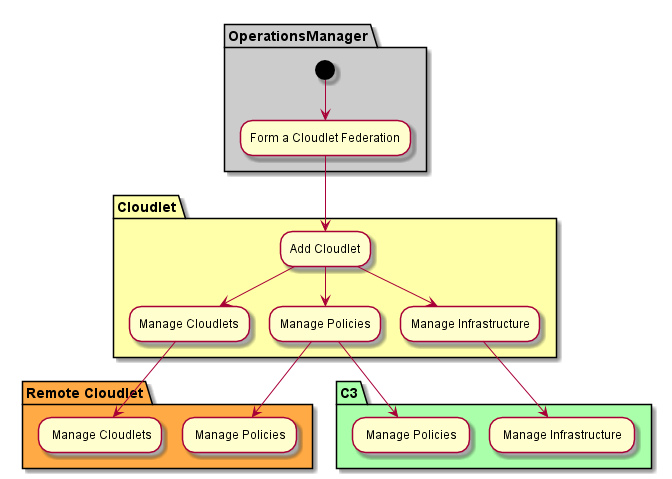
Earlier version of the PlantUML export docs/Actors/Operations-Manager/Activity.png (CAADE/CloudLet). Its diagram source:
```plantuml
@startuml


partition "OperationsManager"  #cccccc {
  (*) --> "Form a Cloudlet Federation"
}

partition "Cloudlet" #ffffaa {
  "Form a Cloudlet Federation" --> "Add Cloudlet"
  "Add Cloudlet" --> "Manage Cloudlets"
  "Add Cloudlet" --> "Manage Infrastructure"
  "Add Cloudlet" --> "Manage Policies"
}

partition "C3" #aaffaa {
  "Manage Policies" --> " Manage Policies "
  "Manage Infrastructure" --> " Manage Infrastructure "
}

partition "Remote Cloudlet" #ffaa44 {
  "Manage Cloudlets" --> " Manage Cloudlets"
  "Manage Policies" --> " Manage Policies"
}
@enduml
```
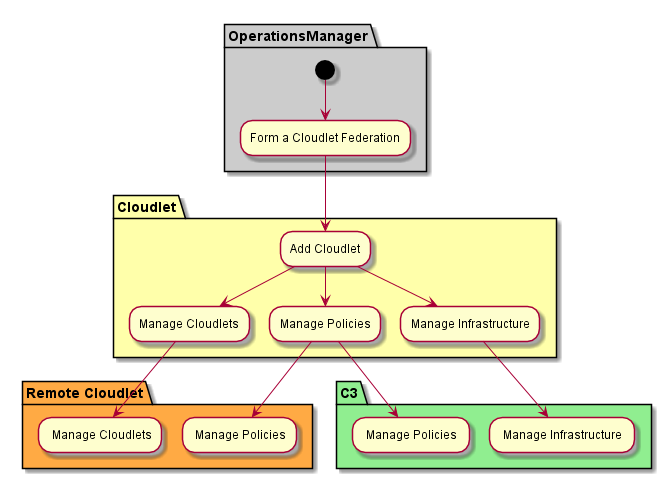
The same file after the commit.

What changed in the source:
```diff
@@ -12,7 +12,7 @@
   "Add Cloudlet" --> "Manage Policies"
 }
 
-partition "C3" #aaffaa {
+partition "C3" #lightgreen {
   "Manage Policies" --> " Manage Policies "
   "Manage Infrastructure" --> " Manage Infrastructure "
 }
```
